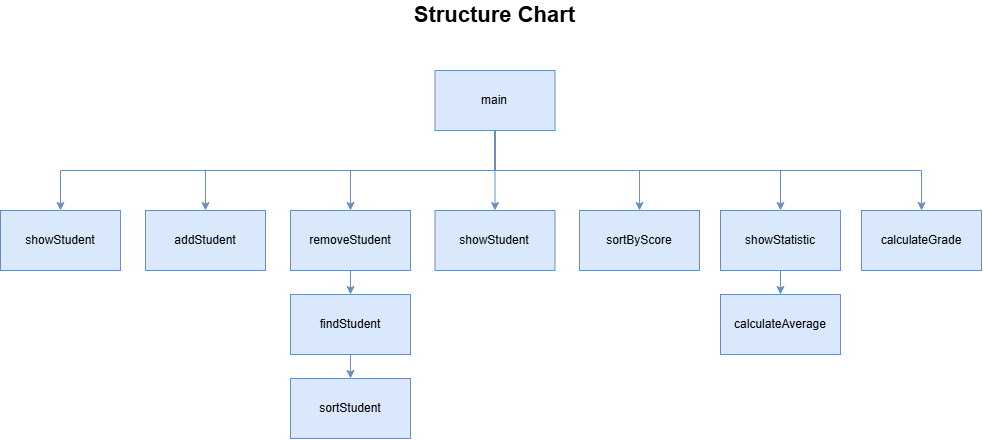
This is Structure Chart.drawio.png from pattr-hcu/student-management, a draw.io export, as it was before one commit. Source tidied: cells renumbered, new cells last; positions are measured from the earlier drawing's top-left corner, leaving out a move shared by most shapes.
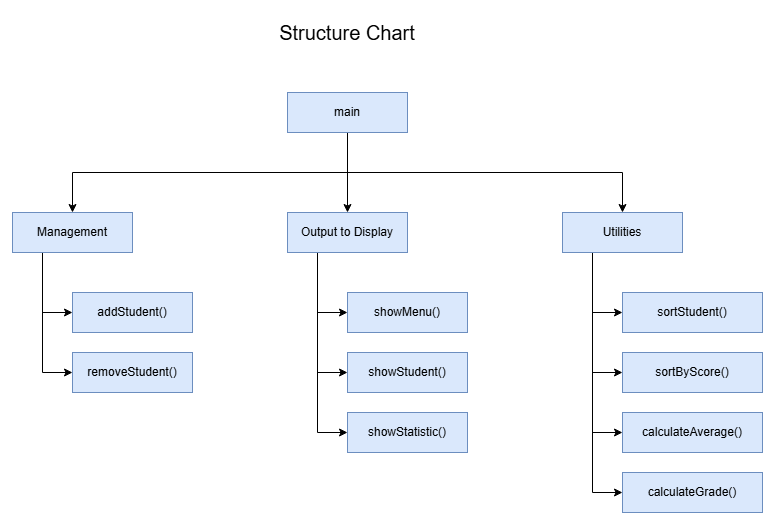
Above is the later version.

The edit, as a diff of the source:
```diff
@@ -2,71 +2,83 @@
   <root>
     <mxCell id="0" />
     <mxCell id="1" parent="0" />
-    <mxCell id="2" style="edgeStyle=orthogonalEdgeStyle;rounded=0;jettySize=auto;html=1;defaultLabelBackgroundColor=page;fillColor=#dae8fc;strokeColor=#6c8ebf;" parent="1" edge="1" source="9" target="10">
-      <mxGeometry relative="1" as="geometry" />
-    </mxCell>
-    <mxCell id="3" style="edgeStyle=orthogonalEdgeStyle;rounded=0;jettySize=auto;html=1;exitX=0.5;exitY=1;exitDx=0;exitDy=0;defaultLabelBackgroundColor=page;fillColor=#dae8fc;strokeColor=#6c8ebf;" parent="1" edge="1" source="9" target="13">
-      <mxGeometry relative="1" as="geometry" />
-    </mxCell>
-    <mxCell id="4" style="edgeStyle=orthogonalEdgeStyle;rounded=0;jettySize=auto;html=1;exitX=0.5;exitY=1;exitDx=0;exitDy=0;defaultLabelBackgroundColor=page;fillColor=#dae8fc;strokeColor=#6c8ebf;" parent="1" edge="1" source="9" target="17">
-      <mxGeometry relative="1" as="geometry" />
-    </mxCell>
-    <mxCell id="5" style="edgeStyle=orthogonalEdgeStyle;rounded=0;jettySize=auto;html=1;exitX=0.5;exitY=1;exitDx=0;exitDy=0;defaultLabelBackgroundColor=page;fillColor=#dae8fc;strokeColor=#6c8ebf;" parent="1" edge="1" source="9" target="18">
-      <mxGeometry relative="1" as="geometry" />
-    </mxCell>
-    <mxCell id="6" style="edgeStyle=orthogonalEdgeStyle;rounded=0;jettySize=auto;html=1;exitX=0.5;exitY=1;exitDx=0;exitDy=0;defaultLabelBackgroundColor=page;fillColor=#dae8fc;strokeColor=#6c8ebf;" parent="1" edge="1" source="9" target="19">
-      <mxGeometry relative="1" as="geometry" />
-    </mxCell>
-    <mxCell id="7" style="edgeStyle=orthogonalEdgeStyle;rounded=0;jettySize=auto;html=1;exitX=0.5;exitY=1;exitDx=0;exitDy=0;defaultLabelBackgroundColor=page;fillColor=#dae8fc;strokeColor=#6c8ebf;" parent="1" edge="1" source="9" target="21">
-      <mxGeometry relative="1" as="geometry" />
-    </mxCell>
-    <mxCell id="8" style="edgeStyle=orthogonalEdgeStyle;rounded=0;jettySize=auto;html=1;exitX=0.5;exitY=1;exitDx=0;exitDy=0;defaultLabelBackgroundColor=page;fillColor=#dae8fc;strokeColor=#6c8ebf;" parent="1" edge="1" source="9" target="22">
-      <mxGeometry relative="1" as="geometry" />
-    </mxCell>
+    <mxCell id="24" value="showMenu()" style="rounded=0;whiteSpace=wrap;html=1;fillColor=#dae8fc;strokeColor=#6c8ebf;" parent="1" vertex="1">
+      <mxGeometry x="495" y="260" width="120" height="40" as="geometry" />
+    </mxCell>
+    <mxCell id="11" value="Structure Chart" style="text;html=1;whiteSpace=wrap;strokeColor=none;fillColor=none;align=center;verticalAlign=middle;rounded=0;fontSize=20;fontStyle=0;" parent="1" vertex="1">
+      <mxGeometry x="405" y="-20" width="180" height="40" as="geometry" />
+    </mxCell>
+    <mxCell id="25" style="edgeStyle=orthogonalEdgeStyle;rounded=0;jettySize=auto;html=1;exitX=0.5;exitY=1;exitDx=0;exitDy=0;defaultLabelBackgroundColor=page;" parent="1" edge="1" source="9" target="31">
+      <mxGeometry relative="1" as="geometry" />
+    </mxCell>
+    <mxCell id="26" style="edgeStyle=orthogonalEdgeStyle;rounded=0;jettySize=auto;html=1;exitX=0.5;exitY=1;exitDx=0;exitDy=0;defaultLabelBackgroundColor=page;" parent="1" edge="1" source="9" target="38">
+      <mxGeometry relative="1" as="geometry" />
+    </mxCell>
+    <mxCell id="27" style="edgeStyle=orthogonalEdgeStyle;rounded=0;jettySize=auto;html=1;exitX=0.5;exitY=1;exitDx=0;exitDy=0;defaultLabelBackgroundColor=page;" parent="1" edge="1" source="9" target="41">
+      <mxGeometry relative="1" as="geometry" />
+    </mxCell>
     <mxCell id="9" value="main" style="rounded=0;whiteSpace=wrap;html=1;fillColor=#dae8fc;strokeColor=#6c8ebf;" parent="1" vertex="1">
-      <mxGeometry x="434.5" y="70" width="120" height="60" as="geometry" />
+      <mxGeometry x="435" y="60" width="120" height="40" as="geometry" />
     </mxCell>
-    <mxCell id="10" value="showStudent" style="whiteSpace=wrap;html=1;rounded=0;fillColor=#dae8fc;strokeColor=#6c8ebf;" parent="1" vertex="1">
-      <mxGeometry x="434.5" y="210" width="120" height="60" as="geometry" />
-    </mxCell>
-    <mxCell id="11" value="Structure Chart" style="text;html=1;whiteSpace=wrap;strokeColor=none;fillColor=none;align=center;verticalAlign=middle;rounded=0;fontSize=22;fontStyle=1;" parent="1" vertex="1">
-      <mxGeometry x="322" width="345" height="30" as="geometry" />
-    </mxCell>
-    <mxCell id="12" style="edgeStyle=orthogonalEdgeStyle;rounded=0;jettySize=auto;html=1;exitX=0.5;exitY=1;exitDx=0;exitDy=0;defaultLabelBackgroundColor=page;fillColor=#dae8fc;strokeColor=#6c8ebf;" parent="1" edge="1" source="13" target="15">
-      <mxGeometry relative="1" as="geometry" />
-    </mxCell>
-    <mxCell id="13" value="removeStudent" style="whiteSpace=wrap;html=1;rounded=0;fillColor=#dae8fc;strokeColor=#6c8ebf;" parent="1" vertex="1">
-      <mxGeometry x="290" y="210" width="120" height="60" as="geometry" />
-    </mxCell>
-    <mxCell id="14" style="edgeStyle=orthogonalEdgeStyle;rounded=0;jettySize=auto;html=1;exitX=0.5;exitY=1;exitDx=0;exitDy=0;defaultLabelBackgroundColor=page;fillColor=#dae8fc;strokeColor=#6c8ebf;" parent="1" edge="1" source="15" target="16">
-      <mxGeometry relative="1" as="geometry" />
-    </mxCell>
-    <mxCell id="15" value="findStudent" style="whiteSpace=wrap;html=1;rounded=0;fillColor=#dae8fc;strokeColor=#6c8ebf;" parent="1" vertex="1">
-      <mxGeometry x="290" y="294" width="120" height="60" as="geometry" />
-    </mxCell>
-    <mxCell id="16" value="sortStudent" style="whiteSpace=wrap;html=1;rounded=0;fillColor=#dae8fc;strokeColor=#6c8ebf;" parent="1" vertex="1">
-      <mxGeometry x="290" y="378" width="120" height="60" as="geometry" />
-    </mxCell>
-    <mxCell id="17" value="addStudent" style="whiteSpace=wrap;html=1;rounded=0;fillColor=#dae8fc;strokeColor=#6c8ebf;" parent="1" vertex="1">
-      <mxGeometry x="145" y="210" width="120" height="60" as="geometry" />
-    </mxCell>
-    <mxCell id="18" value="showStudent" style="whiteSpace=wrap;html=1;rounded=0;fillColor=#dae8fc;strokeColor=#6c8ebf;" parent="1" vertex="1">
-      <mxGeometry y="210" width="120" height="60" as="geometry" />
-    </mxCell>
-    <mxCell id="19" value="sortByScore" style="whiteSpace=wrap;html=1;rounded=0;fillColor=#dae8fc;strokeColor=#6c8ebf;" parent="1" vertex="1">
-      <mxGeometry x="579" y="210" width="120" height="60" as="geometry" />
-    </mxCell>
-    <mxCell id="20" style="edgeStyle=orthogonalEdgeStyle;rounded=0;jettySize=auto;html=1;exitX=0.5;exitY=1;exitDx=0;exitDy=0;defaultLabelBackgroundColor=page;fillColor=#dae8fc;strokeColor=#6c8ebf;" parent="1" edge="1" source="21" target="23">
-      <mxGeometry relative="1" as="geometry" />
-    </mxCell>
-    <mxCell id="21" value="showStatistic" style="whiteSpace=wrap;html=1;rounded=0;fillColor=#dae8fc;strokeColor=#6c8ebf;" parent="1" vertex="1">
-      <mxGeometry x="720" y="210" width="120" height="60" as="geometry" />
-    </mxCell>
-    <mxCell id="22" value="calculateGrade" style="whiteSpace=wrap;html=1;rounded=0;fillColor=#dae8fc;strokeColor=#6c8ebf;" parent="1" vertex="1">
-      <mxGeometry x="861" y="210" width="120" height="60" as="geometry" />
-    </mxCell>
-    <mxCell id="23" value="calculateAverage" style="whiteSpace=wrap;html=1;rounded=0;fillColor=#dae8fc;strokeColor=#6c8ebf;" parent="1" vertex="1">
-      <mxGeometry x="720" y="294" width="120" height="60" as="geometry" />
-    </mxCell>
+    <mxCell id="28" style="edgeStyle=orthogonalEdgeStyle;rounded=0;jettySize=auto;html=1;exitX=0.25;exitY=1;exitDx=0;exitDy=0;entryX=0;entryY=0.5;entryDx=0;entryDy=0;defaultLabelBackgroundColor=page;" parent="1" edge="1" source="31" target="24">
+      <mxGeometry relative="1" as="geometry" />
+    </mxCell>
+    <mxCell id="29" style="edgeStyle=orthogonalEdgeStyle;rounded=0;jettySize=auto;html=1;exitX=0.25;exitY=1;exitDx=0;exitDy=0;entryX=0;entryY=0.5;entryDx=0;entryDy=0;defaultLabelBackgroundColor=page;" parent="1" edge="1" source="31" target="32">
+      <mxGeometry relative="1" as="geometry" />
+    </mxCell>
+    <mxCell id="30" style="edgeStyle=orthogonalEdgeStyle;rounded=0;jettySize=auto;html=1;exitX=0.25;exitY=1;exitDx=0;exitDy=0;entryX=0;entryY=0.5;entryDx=0;entryDy=0;defaultLabelBackgroundColor=page;" parent="1" edge="1" source="31" target="33">
+      <mxGeometry relative="1" as="geometry" />
+    </mxCell>
+    <mxCell id="31" value="Output to Display" style="rounded=0;whiteSpace=wrap;html=1;fillColor=#dae8fc;strokeColor=#6c8ebf;" parent="1" vertex="1">
+      <mxGeometry x="435" y="180" width="120" height="40" as="geometry" />
+    </mxCell>
+    <mxCell id="32" value="showStudent()" style="rounded=0;whiteSpace=wrap;html=1;fillColor=#dae8fc;strokeColor=#6c8ebf;" parent="1" vertex="1">
+      <mxGeometry x="495" y="320" width="120" height="40" as="geometry" />
+    </mxCell>
+    <mxCell id="33" value="showStatistic()" style="rounded=0;whiteSpace=wrap;html=1;fillColor=#dae8fc;strokeColor=#6c8ebf;" parent="1" vertex="1">
+      <mxGeometry x="495" y="380" width="120" height="40" as="geometry" />
+    </mxCell>
+    <mxCell id="34" style="edgeStyle=orthogonalEdgeStyle;rounded=0;jettySize=auto;html=1;exitX=0.25;exitY=1;exitDx=0;exitDy=0;entryX=0;entryY=0.5;entryDx=0;entryDy=0;defaultLabelBackgroundColor=page;" parent="1" edge="1" source="38" target="44">
+      <mxGeometry relative="1" as="geometry" />
+    </mxCell>
+    <mxCell id="35" style="edgeStyle=orthogonalEdgeStyle;rounded=0;jettySize=auto;html=1;exitX=0.25;exitY=1;exitDx=0;exitDy=0;entryX=0;entryY=0.5;entryDx=0;entryDy=0;defaultLabelBackgroundColor=page;" parent="1" edge="1" source="38" target="45">
+      <mxGeometry relative="1" as="geometry" />
+    </mxCell>
+    <mxCell id="36" style="edgeStyle=orthogonalEdgeStyle;rounded=0;jettySize=auto;html=1;exitX=0.25;exitY=1;exitDx=0;exitDy=0;entryX=0;entryY=0.5;entryDx=0;entryDy=0;defaultLabelBackgroundColor=page;" parent="1" edge="1" source="38" target="46">
+      <mxGeometry relative="1" as="geometry" />
+    </mxCell>
+    <mxCell id="37" style="edgeStyle=orthogonalEdgeStyle;rounded=0;jettySize=auto;html=1;exitX=0.25;exitY=1;exitDx=0;exitDy=0;entryX=0;entryY=0.5;entryDx=0;entryDy=0;defaultLabelBackgroundColor=page;" parent="1" edge="1" source="38" target="47">
+      <mxGeometry relative="1" as="geometry" />
+    </mxCell>
+    <mxCell id="38" value="Utilities" style="rounded=0;whiteSpace=wrap;html=1;fillColor=#dae8fc;strokeColor=#6c8ebf;" parent="1" vertex="1">
+      <mxGeometry x="710" y="180" width="120" height="40" as="geometry" />
+    </mxCell>
+    <mxCell id="39" style="edgeStyle=orthogonalEdgeStyle;rounded=0;jettySize=auto;html=1;exitX=0.25;exitY=1;exitDx=0;exitDy=0;entryX=0;entryY=0.5;entryDx=0;entryDy=0;defaultLabelBackgroundColor=page;" parent="1" edge="1" source="41" target="42">
+      <mxGeometry relative="1" as="geometry" />
+    </mxCell>
+    <mxCell id="40" style="edgeStyle=orthogonalEdgeStyle;rounded=0;jettySize=auto;html=1;exitX=0.25;exitY=1;exitDx=0;exitDy=0;entryX=0;entryY=0.5;entryDx=0;entryDy=0;defaultLabelBackgroundColor=page;" parent="1" edge="1" source="41" target="43">
+      <mxGeometry relative="1" as="geometry" />
+    </mxCell>
+    <mxCell id="41" value="Management" style="rounded=0;whiteSpace=wrap;html=1;fillColor=#dae8fc;strokeColor=#6c8ebf;" parent="1" vertex="1">
+      <mxGeometry x="160" y="180" width="120" height="40" as="geometry" />
+    </mxCell>
+    <mxCell id="42" value="addStudent()" style="rounded=0;whiteSpace=wrap;html=1;fillColor=#dae8fc;strokeColor=#6c8ebf;" parent="1" vertex="1">
+      <mxGeometry x="220" y="260" width="120" height="40" as="geometry" />
+    </mxCell>
+    <mxCell id="43" value="removeStudent()" style="rounded=0;whiteSpace=wrap;html=1;fillColor=#dae8fc;strokeColor=#6c8ebf;" parent="1" vertex="1">
+      <mxGeometry x="220" y="320" width="120" height="40" as="geometry" />
+    </mxCell>
+    <mxCell id="44" value="sortStudent()" style="rounded=0;whiteSpace=wrap;html=1;fillColor=#dae8fc;strokeColor=#6c8ebf;" parent="1" vertex="1">
+      <mxGeometry x="770" y="260" width="140" height="40" as="geometry" />
+    </mxCell>
+    <mxCell id="45" value="sortByScore()" style="rounded=0;whiteSpace=wrap;html=1;fillColor=#dae8fc;strokeColor=#6c8ebf;" parent="1" vertex="1">
+      <mxGeometry x="770" y="320" width="140" height="40" as="geometry" />
+    </mxCell>
+    <mxCell id="46" value="calculateAverage()" style="rounded=0;whiteSpace=wrap;html=1;fillColor=#dae8fc;strokeColor=#6c8ebf;" parent="1" vertex="1">
+      <mxGeometry x="770" y="380" width="140" height="40" as="geometry" />
+    </mxCell>
+    <mxCell id="47" value="calculateGrade()" style="rounded=0;whiteSpace=wrap;html=1;fillColor=#dae8fc;strokeColor=#6c8ebf;" parent="1" vertex="1">
+      <mxGeometry x="770" y="440" width="140" height="40" as="geometry" />
+    </mxCell>
   </root>
 </mxGraphModel>
```
